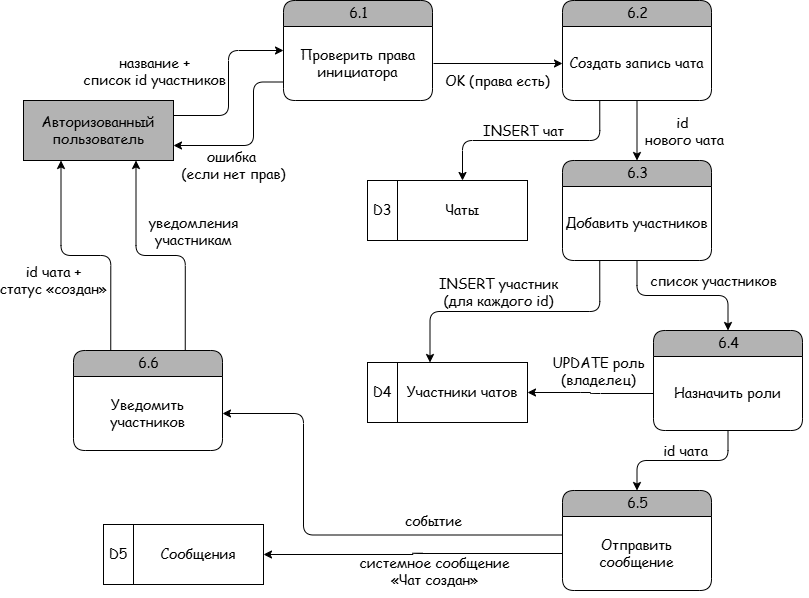
art2535/project-activity-guap keeps this draw.io diagram as Практическая работа №1. DFD/images/DFD-2-декомпозиция процесса 6.drawio.png. Above is the earlier version. Source tidied: cells renumbered, new cells last; positions are measured from the earlier drawing's top-left corner, leaving out a move shared by most shapes.
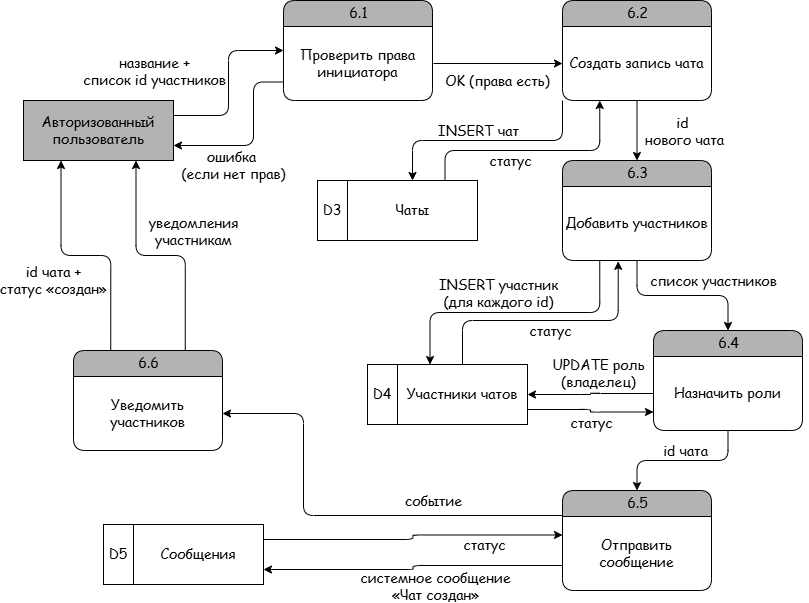
Above is the later version.

What changed in the source:
```diff
@@ -30,7 +30,7 @@
       <mxGeometry y="26" width="149" height="74" as="geometry" />
     </mxCell>
     <mxCell id="11" style="group;shadow=0;fontFamily=Comic Sans MS;fontSize=14;" parent="1" vertex="1">
-      <mxGeometry x="344" y="180" width="160" height="60" as="geometry" />
+      <mxGeometry x="294" y="180" width="160" height="60" as="geometry" />
     </mxCell>
     <mxCell id="12" value="Чаты" style="rounded=0;whiteSpace=wrap;html=1;shadow=0;glass=0;sketch=0;strokeWidth=1;fillColor=none;fontFamily=Comic Sans MS;fontSize=14;" parent="11" vertex="1">
       <mxGeometry x="30" width="130" height="60" as="geometry" />
@@ -39,7 +39,7 @@
       <mxGeometry width="30" height="60" as="geometry" />
     </mxCell>
     <mxCell id="14" style="group;shadow=0;fontFamily=Comic Sans MS;fontSize=14;" parent="1" vertex="1">
-      <mxGeometry x="344" y="362" width="160" height="60" as="geometry" />
+      <mxGeometry x="344" y="364" width="160" height="60" as="geometry" />
     </mxCell>
     <mxCell id="15" value="Участники чатов" style="rounded=0;whiteSpace=wrap;html=1;shadow=0;glass=0;sketch=0;strokeWidth=1;fillColor=none;fontFamily=Comic Sans MS;fontSize=14;" parent="14" vertex="1">
       <mxGeometry x="30" width="130" height="60" as="geometry" />
@@ -115,7 +115,7 @@
         <mxPoint x="5" y="-16" as="offset" />
       </mxGeometry>
     </mxCell>
-    <mxCell id="34" style="endArrow=classic;html=1;fontFamily=Comic Sans MS;fontSize=14;edgeStyle=orthogonalEdgeStyle;startArrow=none;startFill=0;endFill=1;entryX=0.5;entryY=0;entryDx=0;entryDy=0;exitX=0.25;exitY=1;exitDx=0;exitDy=0;" parent="1" edge="1" source="6" target="12">
+    <mxCell id="34" style="endArrow=classic;html=1;fontFamily=Comic Sans MS;fontSize=14;edgeStyle=orthogonalEdgeStyle;startArrow=none;startFill=0;endFill=1;entryX=0.5;entryY=0;entryDx=0;entryDy=0;exitX=0;exitY=1;exitDx=0;exitDy=0;" parent="1" edge="1" source="5" target="12">
       <mxGeometry relative="1" as="geometry" />
     </mxCell>
     <mxCell id="35" value="INSERT чат" style="edgeLabel;html=1;align=center;verticalAlign=middle;fontSize=14;fontFamily=Comic Sans MS;labelBackgroundColor=none;" parent="34" vertex="1">
@@ -163,20 +163,20 @@
         <mxPoint x="56" y="-11" as="offset" />
       </mxGeometry>
     </mxCell>
-    <mxCell id="46" style="endArrow=classic;html=1;fontFamily=Comic Sans MS;fontSize=14;edgeStyle=orthogonalEdgeStyle;startArrow=none;startFill=0;endFill=1;entryX=1;entryY=0.5;entryDx=0;entryDy=0;exitX=0;exitY=0.25;exitDx=0;exitDy=0;" parent="1" edge="1" source="20" target="22">
+    <mxCell id="46" style="endArrow=classic;html=1;fontFamily=Comic Sans MS;fontSize=14;edgeStyle=orthogonalEdgeStyle;startArrow=none;startFill=0;endFill=1;entryX=1;entryY=0.5;entryDx=0;entryDy=0;exitX=0;exitY=0.25;exitDx=0;exitDy=0;" parent="1" edge="1" source="19" target="22">
       <mxGeometry relative="1" as="geometry">
         <Array as="points">
-          <mxPoint x="280" y="534.6" />
+          <mxPoint x="280" y="515" />
           <mxPoint x="280" y="413" />
         </Array>
       </mxGeometry>
     </mxCell>
     <mxCell id="47" value="событие" style="edgeLabel;html=1;align=center;verticalAlign=middle;fontSize=14;fontFamily=Comic Sans MS;labelBackgroundColor=none;" parent="46" vertex="1">
       <mxGeometry x="0.32" y="-1" relative="1" as="geometry">
-        <mxPoint x="128" y="32" as="offset" />
+        <mxPoint x="128" y="18" as="offset" />
       </mxGeometry>
     </mxCell>
-    <mxCell id="48" style="endArrow=classic;html=1;fontFamily=Comic Sans MS;fontSize=14;edgeStyle=orthogonalEdgeStyle;startArrow=none;startFill=0;endFill=1;entryX=1;entryY=0.5;entryDx=0;entryDy=0;exitX=0;exitY=0.5;exitDx=0;exitDy=0;" parent="1" edge="1" source="20" target="24">
+    <mxCell id="48" style="endArrow=classic;html=1;fontFamily=Comic Sans MS;fontSize=14;edgeStyle=orthogonalEdgeStyle;startArrow=none;startFill=0;endFill=1;entryX=1;entryY=0.75;entryDx=0;entryDy=0;exitX=0;exitY=0.75;exitDx=0;exitDy=0;" parent="1" edge="1" source="19" target="24">
       <mxGeometry relative="1" as="geometry" />
     </mxCell>
     <mxCell id="49" value="системное сообщение&lt;div&gt;«Чат создан»&lt;/div&gt;" style="edgeLabel;html=1;align=center;verticalAlign=middle;fontSize=14;fontFamily=Comic Sans MS;labelBackgroundColor=none;" parent="48" vertex="1">
@@ -184,5 +184,47 @@
         <mxPoint x="68" y="17" as="offset" />
       </mxGeometry>
     </mxCell>
+    <mxCell id="50" style="endArrow=classic;html=1;fontFamily=Comic Sans MS;fontSize=14;edgeStyle=orthogonalEdgeStyle;startArrow=none;startFill=0;endFill=1;exitX=1;exitY=0.75;exitDx=0;exitDy=0;entryX=0;entryY=0.75;entryDx=0;entryDy=0;" parent="1" edge="1" source="15" target="10">
+      <mxGeometry relative="1" as="geometry" />
+    </mxCell>
+    <mxCell id="51" value="статус" style="edgeLabel;html=1;align=center;verticalAlign=middle;fontSize=14;fontFamily=Comic Sans MS;labelBackgroundColor=none;" parent="50" vertex="1">
+      <mxGeometry x="0.32" y="-1" relative="1" as="geometry">
+        <mxPoint x="-19" y="10" as="offset" />
+      </mxGeometry>
+    </mxCell>
+    <mxCell id="52" style="endArrow=classic;html=1;fontFamily=Comic Sans MS;fontSize=14;edgeStyle=orthogonalEdgeStyle;startArrow=none;startFill=0;endFill=1;exitX=0.75;exitY=0;exitDx=0;exitDy=0;entryX=0.25;entryY=1;entryDx=0;entryDy=0;" parent="1" edge="1" source="12" target="5">
+      <mxGeometry relative="1" as="geometry">
+        <Array as="points">
+          <mxPoint x="421.5" y="150" />
+          <mxPoint x="576.3" y="150" />
+        </Array>
+      </mxGeometry>
+    </mxCell>
+    <mxCell id="53" value="статус" style="edgeLabel;html=1;align=center;verticalAlign=middle;fontSize=14;fontFamily=Comic Sans MS;labelBackgroundColor=none;" parent="52" vertex="1">
+      <mxGeometry x="0.32" y="-1" relative="1" as="geometry">
+        <mxPoint x="-60" y="9" as="offset" />
+      </mxGeometry>
+    </mxCell>
+    <mxCell id="54" style="endArrow=classic;html=1;fontFamily=Comic Sans MS;fontSize=14;edgeStyle=orthogonalEdgeStyle;startArrow=none;startFill=0;endFill=1;exitX=1;exitY=0.25;exitDx=0;exitDy=0;entryX=0;entryY=0.25;entryDx=0;entryDy=0;" parent="1" edge="1" source="24" target="20">
+      <mxGeometry relative="1" as="geometry" />
+    </mxCell>
+    <mxCell id="55" value="статус" style="edgeLabel;html=1;align=center;verticalAlign=middle;fontSize=14;fontFamily=Comic Sans MS;labelBackgroundColor=none;" parent="54" vertex="1">
+      <mxGeometry x="0.32" y="-1" relative="1" as="geometry">
+        <mxPoint x="24" y="9" as="offset" />
+      </mxGeometry>
+    </mxCell>
+    <mxCell id="56" style="endArrow=classic;html=1;fontFamily=Comic Sans MS;fontSize=14;edgeStyle=orthogonalEdgeStyle;startArrow=none;startFill=0;endFill=1;exitX=0.5;exitY=0;exitDx=0;exitDy=0;entryX=0.374;entryY=1.011;entryDx=0;entryDy=0;entryPerimeter=0;" parent="1" edge="1" source="15" target="8">
+      <mxGeometry relative="1" as="geometry">
+        <Array as="points">
+          <mxPoint x="439" y="320" />
+          <mxPoint x="594.7" y="320" />
+        </Array>
+      </mxGeometry>
+    </mxCell>
+    <mxCell id="57" value="статус" style="edgeLabel;html=1;align=center;verticalAlign=middle;fontSize=14;fontFamily=Comic Sans MS;labelBackgroundColor=none;" parent="56" vertex="1">
+      <mxGeometry x="0.32" y="-1" relative="1" as="geometry">
+        <mxPoint x="-40" y="9" as="offset" />
+      </mxGeometry>
+    </mxCell>
   </root>
 </mxGraphModel>
```
